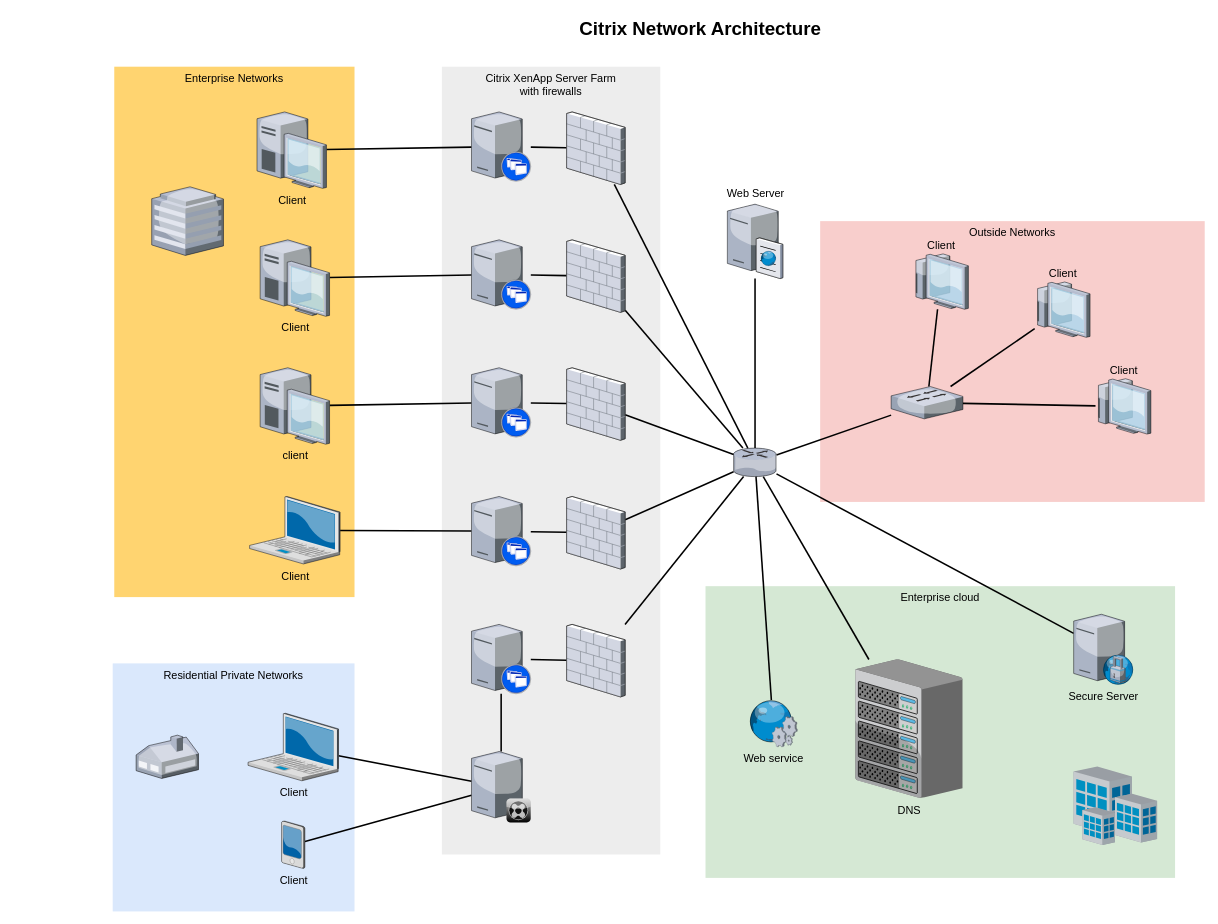
This is Untitled Diagram.drawio from beforty1/Networking-homelab, a draw.io file, before an edit. Source tidied: cells renumbered, new cells numbered last; positions are measured from the earlier drawing's top-left corner, leaving out a move shared by most shapes. Both pictures are drawn from the tidied source at 78%, with x=0, y=0 at pixel (112, 13).
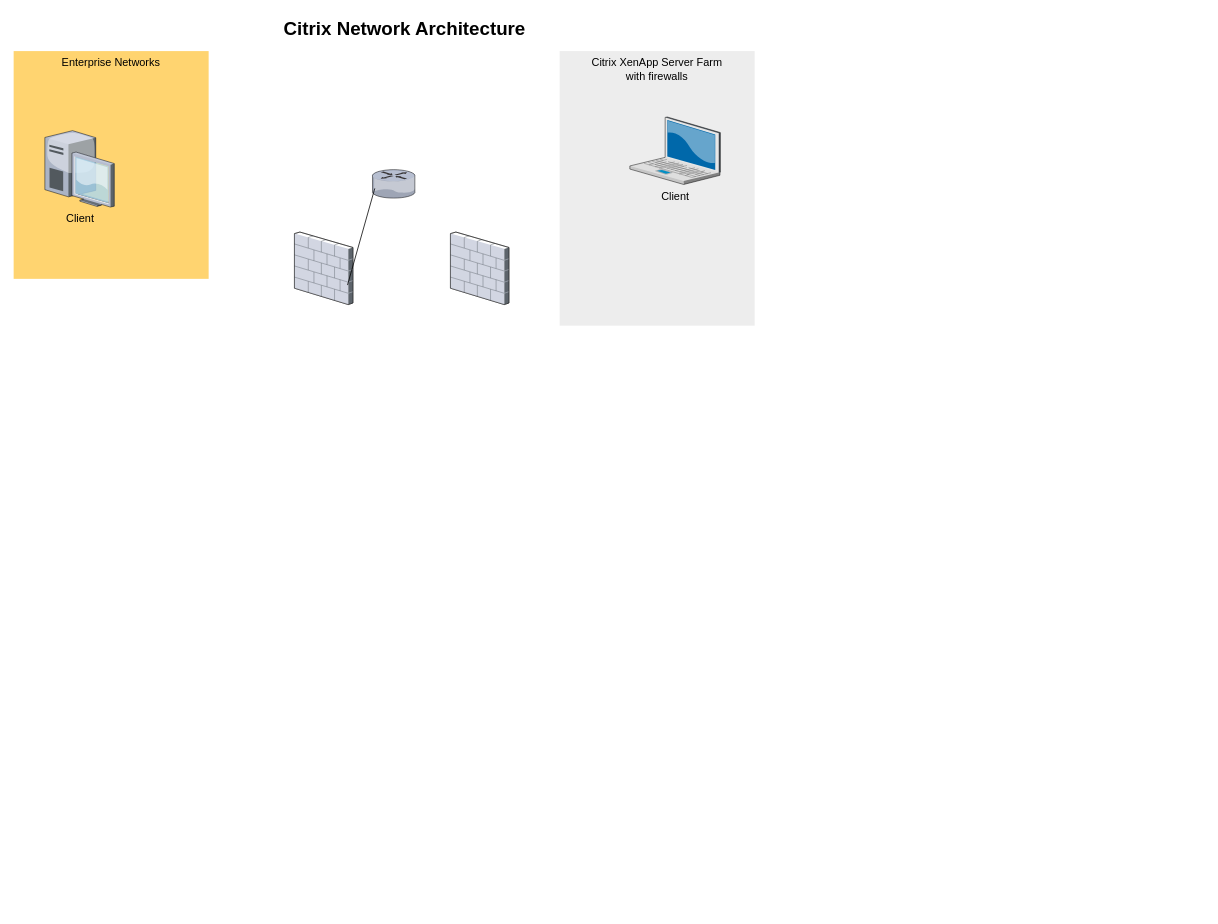
After the change.

The edit, as a diff of the source:
```diff
@@
-    <mxCell id="2" value="Outside Networks" style="whiteSpace=wrap;html=1;fillColor=#f8cecc;fontSize=14;strokeColor=none;verticalAlign=top;" parent="1" vertex="1">
-      <mxGeometry x="907" y="266" width="493" height="360" as="geometry" />
-    </mxCell>
-    <mxCell id="3" value="Enterprise cloud" style="whiteSpace=wrap;html=1;fillColor=#d5e8d4;fontSize=14;strokeColor=none;verticalAlign=top;" parent="1" vertex="1">
-      <mxGeometry x="760" y="734" width="602" height="374" as="geometry" />
-    </mxCell>
     <mxCell id="4" value="Citrix XenApp Server Farm&lt;div&gt;with firewalls&lt;/div&gt;" style="whiteSpace=wrap;html=1;fillColor=#EDEDED;fontSize=14;strokeColor=none;verticalAlign=top;" parent="1" vertex="1">
-      <mxGeometry x="422" y="68" width="280" height="1010" as="geometry" />
+      <mxGeometry x="573" y="48" width="250" height="352" as="geometry" />
     </mxCell>
-    <mxCell id="5" value="Residential Private Networks" style="whiteSpace=wrap;html=1;fillColor=#dae8fc;fontSize=14;strokeColor=none;verticalAlign=top;" parent="1" vertex="1">
-      <mxGeometry y="833" width="310" height="318" as="geometry" />
-    </mxCell>
     <mxCell id="6" value="Enterprise Networks" style="whiteSpace=wrap;html=1;fillColor=#FFD470;gradientColor=none;fontSize=14;strokeColor=none;verticalAlign=top;" parent="1" vertex="1">
-      <mxGeometry x="2" y="68" width="308" height="680" as="geometry" />
+      <mxGeometry x="-127" y="48" width="250" height="292" as="geometry" />
     </mxCell>
-    <mxCell id="7" style="edgeStyle=none;rounded=0;html=1;startSize=10;endSize=10;jettySize=auto;fontSize=14;endArrow=none;endFill=0;strokeWidth=2;" parent="1" edge="1" source="8" target="35">
-      <mxGeometry relative="1" as="geometry" />
-    </mxCell>
-    <mxCell id="8" value="Client" style="verticalLabelPosition=bottom;html=1;verticalAlign=top;strokeColor=none;shape=mxgraph.citrix.laptop_2;fillColor=#66B2FF;gradientColor=#0066CC;fontSize=14;" parent="1" vertex="1">
-      <mxGeometry x="173.5" y="897" width="116" height="86.5" as="geometry" />
-    </mxCell>
-    <mxCell id="9" style="edgeStyle=none;rounded=0;html=1;startSize=10;endSize=10;jettySize=auto;fontSize=14;endArrow=none;endFill=0;strokeWidth=2;" parent="1" edge="1" source="10" target="22">
-      <mxGeometry relative="1" as="geometry" />
-    </mxCell>
     <mxCell id="10" value="Client" style="verticalLabelPosition=bottom;html=1;verticalAlign=top;strokeColor=none;shape=mxgraph.citrix.laptop_2;fillColor=#66B2FF;gradientColor=#0066CC;fontSize=14;" parent="1" vertex="1">
-      <mxGeometry x="175.5" y="619" width="116" height="86.5" as="geometry" />
+      <mxGeometry x="663" y="132.5" width="116" height="86.5" as="geometry" />
     </mxCell>
-    <mxCell id="11" style="edgeStyle=none;rounded=0;html=1;startSize=10;endSize=10;jettySize=auto;fontSize=14;endArrow=none;endFill=0;strokeWidth=2;" parent="1" edge="1" source="12" target="24">
-      <mxGeometry relative="1" as="geometry" />
-    </mxCell>
-    <mxCell id="12" value="client" style="verticalLabelPosition=bottom;html=1;verticalAlign=top;strokeColor=none;shape=mxgraph.citrix.desktop;fillColor=#66B2FF;gradientColor=#0066CC;fontSize=14;" parent="1" vertex="1">
-      <mxGeometry x="189" y="454" width="89" height="98" as="geometry" />
-    </mxCell>
-    <mxCell id="13" style="edgeStyle=none;rounded=0;html=1;startSize=10;endSize=10;jettySize=auto;fontSize=14;endArrow=none;endFill=0;strokeWidth=2;" parent="1" edge="1" source="14" target="26">
-      <mxGeometry relative="1" as="geometry" />
-    </mxCell>
     <mxCell id="14" value="Client" style="verticalLabelPosition=bottom;html=1;verticalAlign=top;strokeColor=none;shape=mxgraph.citrix.desktop;fillColor=#66B2FF;gradientColor=#0066CC;fontSize=14;" parent="1" vertex="1">
-      <mxGeometry x="189" y="290" width="89" height="98" as="geometry" />
+      <mxGeometry x="-87" y="150" width="89" height="98" as="geometry" />
     </mxCell>
-    <mxCell id="15" style="edgeStyle=none;rounded=0;html=1;startSize=10;endSize=10;jettySize=auto;fontSize=14;endArrow=none;endFill=0;strokeWidth=2;" parent="1" edge="1" source="16" target="28">
-      <mxGeometry relative="1" as="geometry" />
-    </mxCell>
-    <mxCell id="16" value="Client" style="verticalLabelPosition=bottom;html=1;verticalAlign=top;strokeColor=none;shape=mxgraph.citrix.desktop;fillColor=#66B2FF;gradientColor=#0066CC;fontSize=14;" parent="1" vertex="1">
-      <mxGeometry x="185" y="126" width="89" height="98" as="geometry" />
-    </mxCell>
-    <mxCell id="17" style="edgeStyle=none;rounded=0;html=1;startSize=10;endSize=10;jettySize=auto;fontSize=14;endArrow=none;endFill=0;strokeWidth=2;" parent="1" edge="1" source="18" target="35">
-      <mxGeometry relative="1" as="geometry" />
-    </mxCell>
-    <mxCell id="18" value="Client" style="verticalLabelPosition=bottom;html=1;verticalAlign=top;strokeColor=none;shape=mxgraph.citrix.pda;fillColor=#66B2FF;gradientColor=#0066CC;fontSize=14;" parent="1" vertex="1">
-      <mxGeometry x="216.5" y="1035" width="30" height="61" as="geometry" />
-    </mxCell>
-    <mxCell id="19" style="edgeStyle=none;rounded=0;html=1;startSize=10;endSize=10;jettySize=auto;fontSize=14;endArrow=none;endFill=0;strokeWidth=2;" parent="1" edge="1" source="20" target="47">
-      <mxGeometry relative="1" as="geometry" />
-    </mxCell>
-    <mxCell id="20" style="verticalLabelPosition=bottom;html=1;verticalAlign=top;strokeColor=none;shape=mxgraph.citrix.xenapp_server;fillColor=#66B2FF;gradientColor=#0066CC;fontSize=14;" parent="1" vertex="1">
-      <mxGeometry x="460" y="783" width="76" height="89" as="geometry" />
-    </mxCell>
-    <mxCell id="21" style="edgeStyle=none;rounded=0;html=1;startSize=10;endSize=10;jettySize=auto;fontSize=14;endArrow=none;endFill=0;strokeWidth=2;" parent="1" edge="1" source="22" target="45">
-      <mxGeometry relative="1" as="geometry" />
-    </mxCell>
-    <mxCell id="22" style="verticalLabelPosition=bottom;html=1;verticalAlign=top;strokeColor=none;shape=mxgraph.citrix.xenapp_server;fillColor=#66B2FF;gradientColor=#0066CC;fontSize=14;" parent="1" vertex="1">
-      <mxGeometry x="460" y="619" width="76" height="89" as="geometry" />
-    </mxCell>
-    <mxCell id="23" style="edgeStyle=none;rounded=0;html=1;startSize=10;endSize=10;jettySize=auto;fontSize=14;endArrow=none;endFill=0;strokeWidth=2;" parent="1" edge="1" source="24" target="43">
-      <mxGeometry relative="1" as="geometry" />
-    </mxCell>
-    <mxCell id="24" style="verticalLabelPosition=bottom;html=1;verticalAlign=top;strokeColor=none;shape=mxgraph.citrix.xenapp_server;fillColor=#66B2FF;gradientColor=#0066CC;fontSize=14;" parent="1" vertex="1">
-      <mxGeometry x="460" y="454" width="76" height="89" as="geometry" />
-    </mxCell>
-    <mxCell id="25" style="edgeStyle=none;rounded=0;html=1;startSize=10;endSize=10;jettySize=auto;fontSize=14;endArrow=none;endFill=0;strokeWidth=2;" parent="1" edge="1" source="26" target="41">
-      <mxGeometry relative="1" as="geometry" />
-    </mxCell>
-    <mxCell id="26" style="verticalLabelPosition=bottom;html=1;verticalAlign=top;strokeColor=none;shape=mxgraph.citrix.xenapp_server;fillColor=#66B2FF;gradientColor=#0066CC;fontSize=14;" parent="1" vertex="1">
-      <mxGeometry x="460" y="290" width="76" height="89" as="geometry" />
-    </mxCell>
-    <mxCell id="27" style="edgeStyle=none;rounded=0;html=1;startSize=10;endSize=10;jettySize=auto;fontSize=14;endArrow=none;endFill=0;strokeWidth=2;" parent="1" edge="1" source="28" target="39">
-      <mxGeometry relative="1" as="geometry" />
-    </mxCell>
-    <mxCell id="28" style="verticalLabelPosition=bottom;html=1;verticalAlign=top;strokeColor=none;shape=mxgraph.citrix.xenapp_server;fillColor=#66B2FF;gradientColor=#0066CC;fontSize=14;" parent="1" vertex="1">
-      <mxGeometry x="460" y="126" width="76" height="89" as="geometry" />
-    </mxCell>
-    <mxCell id="29" style="edgeStyle=none;rounded=0;html=1;startSize=10;endSize=10;jettySize=auto;fontSize=14;endArrow=none;endFill=0;strokeWidth=2;" parent="1" edge="1" source="33" target="37">
-      <mxGeometry relative="1" as="geometry" />
-    </mxCell>
-    <mxCell id="30" style="edgeStyle=none;rounded=0;html=1;startSize=10;endSize=10;jettySize=auto;fontSize=14;endArrow=none;endFill=0;strokeWidth=2;" parent="1" edge="1" source="33" target="36">
-      <mxGeometry relative="1" as="geometry" />
-    </mxCell>
-    <mxCell id="31" style="edgeStyle=none;rounded=0;html=1;startSize=10;endSize=10;jettySize=auto;fontSize=14;endArrow=none;endFill=0;strokeWidth=2;" parent="1" edge="1" source="33" target="54">
-      <mxGeometry relative="1" as="geometry" />
-    </mxCell>
-    <mxCell id="32" style="edgeStyle=none;rounded=0;html=1;startSize=10;endSize=10;jettySize=auto;fontSize=14;endArrow=none;endFill=0;strokeWidth=2;" parent="1" edge="1" source="33" target="50">
-      <mxGeometry relative="1" as="geometry" />
-    </mxCell>
     <mxCell id="33" style="verticalLabelPosition=bottom;html=1;verticalAlign=top;strokeColor=none;shape=mxgraph.citrix.router;fillColor=#66B2FF;gradientColor=#0066CC;fontSize=14;" parent="1" vertex="1">
-      <mxGeometry x="796" y="557" width="55" height="36.5" as="geometry" />
+      <mxGeometry x="333" y="200" width="55" height="36.5" as="geometry" />
     </mxCell>
-    <mxCell id="34" style="edgeStyle=none;rounded=0;html=1;startSize=10;endSize=10;jettySize=auto;fontSize=14;endArrow=none;endFill=0;strokeWidth=2;" parent="1" edge="1" source="35" target="20">
-      <mxGeometry relative="1" as="geometry" />
-    </mxCell>
-    <mxCell id="35" style="verticalLabelPosition=bottom;html=1;verticalAlign=top;strokeColor=none;shape=mxgraph.citrix.xenclient_synchronizer;fillColor=#CCCCCC;gradientColor=#000000;gradientDirection=south;fontSize=14;" parent="1" vertex="1">
-      <mxGeometry x="460" y="946" width="76" height="91" as="geometry" />
-    </mxCell>
-    <mxCell id="36" value="Web Server" style="verticalLabelPosition=top;html=1;verticalAlign=bottom;strokeColor=none;shape=mxgraph.citrix.cache_server;fillColor=#66B2FF;gradientColor=#0066CC;fontSize=14;labelPosition=center;align=center;" parent="1" vertex="1">
-      <mxGeometry x="788" y="242" width="71" height="97.5" as="geometry" />
-    </mxCell>
-    <mxCell id="37" value="DNS" style="verticalLabelPosition=bottom;html=1;verticalAlign=top;strokeColor=none;shape=mxgraph.citrix.chassis;fillColor=#66B2FF;gradientColor=#0066CC;fontSize=14;" parent="1" vertex="1">
-      <mxGeometry x="952" y="828" width="137.5" height="177.5" as="geometry" />
-    </mxCell>
-    <mxCell id="38" style="edgeStyle=none;rounded=0;html=1;startSize=10;endSize=10;jettySize=auto;fontSize=14;endArrow=none;endFill=0;strokeWidth=2;" parent="1" edge="1" source="39" target="33">
-      <mxGeometry relative="1" as="geometry" />
-    </mxCell>
     <mxCell id="39" style="verticalLabelPosition=bottom;html=1;verticalAlign=top;strokeColor=none;shape=mxgraph.citrix.firewall;fillColor=#66B2FF;gradientColor=#0066CC;fontSize=14;" parent="1" vertex="1">
-      <mxGeometry x="582" y="126" width="75" height="93" as="geometry" />
+      <mxGeometry x="433" y="280" width="75" height="93" as="geometry" />
     </mxCell>
+    <mxCell id="41" style="verticalLabelPosition=bottom;html=1;verticalAlign=top;strokeColor=none;shape=mxgraph.citrix.firewall;fillColor=#66B2FF;gradientColor=#0066CC;fontSize=14;" parent="1" vertex="1">
+      <mxGeometry x="233" y="280" width="75" height="93" as="geometry" />
+    </mxCell>
+    <mxCell id="61" value="Citrix Network Architecture" style="text;strokeColor=none;fillColor=none;html=1;fontSize=24;fontStyle=1;verticalAlign=middle;align=center;" parent="1" vertex="1">
+      <mxGeometry x="-57" width="861" height="40" as="geometry" />
+    </mxCell>
-    <mxCell id="40" style="edgeStyle=none;rounded=0;html=1;startSize=10;endSize=10;jettySize=auto;fontSize=14;endArrow=none;endFill=0;strokeWidth=2;" parent="1" edge="1" source="41" target="33">
+    <mxCell id="40" style="endArrow=none;html=1;rounded=0;exitX=0.907;exitY=0.731;exitDx=0;exitDy=0;exitPerimeter=0;entryX=0.055;entryY=0.658;entryDx=0;entryDy=0;entryPerimeter=0;" parent="1" edge="1" source="41" target="33">
       <mxGeometry relative="1" as="geometry" />
     </mxCell>
-    <mxCell id="41" style="verticalLabelPosition=bottom;html=1;verticalAlign=top;strokeColor=none;shape=mxgraph.citrix.firewall;fillColor=#66B2FF;gradientColor=#0066CC;fontSize=14;" parent="1" vertex="1">
-      <mxGeometry x="582" y="290" width="75" height="93" as="geometry" />
-    </mxCell>
-    <mxCell id="42" style="edgeStyle=none;rounded=0;html=1;startSize=10;endSize=10;jettySize=auto;fontSize=14;endArrow=none;endFill=0;strokeWidth=2;" parent="1" edge="1" source="43" target="33">
-      <mxGeometry relative="1" as="geometry" />
-    </mxCell>
-    <mxCell id="43" style="verticalLabelPosition=bottom;html=1;verticalAlign=top;strokeColor=none;shape=mxgraph.citrix.firewall;fillColor=#66B2FF;gradientColor=#0066CC;fontSize=14;" parent="1" vertex="1">
-      <mxGeometry x="582" y="454" width="75" height="93" as="geometry" />
-    </mxCell>
-    <mxCell id="44" style="edgeStyle=none;rounded=0;html=1;startSize=10;endSize=10;jettySize=auto;fontSize=14;endArrow=none;endFill=0;strokeWidth=2;" parent="1" edge="1" source="45" target="33">
-      <mxGeometry relative="1" as="geometry" />
-    </mxCell>
-    <mxCell id="45" style="verticalLabelPosition=bottom;html=1;verticalAlign=top;strokeColor=none;shape=mxgraph.citrix.firewall;fillColor=#66B2FF;gradientColor=#0066CC;fontSize=14;" parent="1" vertex="1">
-      <mxGeometry x="582" y="619" width="75" height="93" as="geometry" />
-    </mxCell>
-    <mxCell id="46" style="edgeStyle=none;rounded=0;html=1;startSize=10;endSize=10;jettySize=auto;fontSize=14;endArrow=none;endFill=0;strokeWidth=2;" parent="1" edge="1" source="47" target="33">
-      <mxGeometry relative="1" as="geometry" />
-    </mxCell>
-    <mxCell id="47" style="verticalLabelPosition=bottom;html=1;verticalAlign=top;strokeColor=none;shape=mxgraph.citrix.firewall;fillColor=#66B2FF;gradientColor=#0066CC;fontSize=14;" parent="1" vertex="1">
-      <mxGeometry x="582" y="783" width="75" height="93" as="geometry" />
-    </mxCell>
-    <mxCell id="48" style="verticalLabelPosition=bottom;html=1;verticalAlign=top;strokeColor=none;shape=mxgraph.citrix.home_office;fillColor=#66B2FF;gradientColor=#0066CC;fontSize=14;" parent="1" vertex="1">
-      <mxGeometry x="30" y="925" width="80" height="55.5" as="geometry" />
-    </mxCell>
-    <mxCell id="49" style="verticalLabelPosition=bottom;html=1;verticalAlign=top;strokeColor=none;shape=mxgraph.citrix.hq_enterprise;fillColor=#66B2FF;gradientColor=#0066CC;fontSize=14;" parent="1" vertex="1">
-      <mxGeometry x="50" y="222" width="92" height="88" as="geometry" />
-    </mxCell>
-    <mxCell id="50" value="Secure Server" style="verticalLabelPosition=bottom;html=1;verticalAlign=top;strokeColor=none;shape=mxgraph.citrix.proxy_server;fillColor=#66B2FF;gradientColor=#0066CC;fontSize=14;" parent="1" vertex="1">
-      <mxGeometry x="1232" y="770" width="76.5" height="90" as="geometry" />
-    </mxCell>
-    <mxCell id="51" style="edgeStyle=none;rounded=0;html=1;startSize=10;endSize=10;jettySize=auto;fontSize=14;endArrow=none;endFill=0;strokeWidth=2;" parent="1" edge="1" source="54" target="57">
-      <mxGeometry relative="1" as="geometry" />
-    </mxCell>
-    <mxCell id="52" style="edgeStyle=none;rounded=0;html=1;startSize=10;endSize=10;jettySize=auto;fontSize=14;endArrow=none;endFill=0;strokeWidth=2;" parent="1" edge="1" source="54" target="56">
-      <mxGeometry relative="1" as="geometry" />
-    </mxCell>
-    <mxCell id="53" style="edgeStyle=none;rounded=0;html=1;startSize=10;endSize=10;jettySize=auto;fontSize=14;endArrow=none;endFill=0;strokeWidth=2;" parent="1" edge="1" source="54" target="55">
-      <mxGeometry relative="1" as="geometry" />
-    </mxCell>
-    <mxCell id="54" style="verticalLabelPosition=bottom;html=1;verticalAlign=top;strokeColor=none;shape=mxgraph.citrix.switch;fillColor=#66B2FF;gradientColor=#0066CC;fontSize=14;" parent="1" vertex="1">
-      <mxGeometry x="998" y="478" width="92" height="41.5" as="geometry" />
-    </mxCell>
-    <mxCell id="55" value="Client" style="verticalLabelPosition=top;html=1;verticalAlign=bottom;strokeColor=none;shape=mxgraph.citrix.thin_client;fillColor=#66B2FF;gradientColor=#0066CC;fontSize=14;labelPosition=center;align=center;" parent="1" vertex="1">
-      <mxGeometry x="1260" y="468" width="71" height="71" as="geometry" />
-    </mxCell>
-    <mxCell id="56" value="Client" style="verticalLabelPosition=top;html=1;verticalAlign=bottom;strokeColor=none;shape=mxgraph.citrix.thin_client;fillColor=#66B2FF;gradientColor=#0066CC;fontSize=14;labelPosition=center;align=center;" parent="1" vertex="1">
-      <mxGeometry x="1182" y="344" width="71" height="71" as="geometry" />
-    </mxCell>
-    <mxCell id="57" value="Client" style="verticalLabelPosition=top;html=1;verticalAlign=bottom;strokeColor=none;shape=mxgraph.citrix.thin_client;fillColor=#66B2FF;gradientColor=#0066CC;fontSize=14;labelPosition=center;align=center;" parent="1" vertex="1">
-      <mxGeometry x="1026" y="308" width="71" height="71" as="geometry" />
-    </mxCell>
-    <mxCell id="58" style="edgeStyle=none;rounded=0;html=1;startSize=10;endSize=10;jettySize=auto;fontSize=14;endArrow=none;endFill=0;strokeWidth=2;" parent="1" edge="1" source="59" target="33">
-      <mxGeometry relative="1" as="geometry" />
-    </mxCell>
-    <mxCell id="59" value="Web service" style="verticalLabelPosition=bottom;html=1;verticalAlign=top;strokeColor=none;shape=mxgraph.citrix.web_service;fillColor=#66B2FF;gradientColor=#0066CC;fontSize=14;" parent="1" vertex="1">
-      <mxGeometry x="815" y="880" width="63" height="60" as="geometry" />
-    </mxCell>
-    <mxCell id="60" style="verticalLabelPosition=bottom;html=1;verticalAlign=top;strokeColor=none;shape=mxgraph.citrix.site;fillColor=#66B2FF;gradientColor=#0066CC;fontSize=14;" parent="1" vertex="1">
-      <mxGeometry x="1232" y="965" width="107" height="101" as="geometry" />
-    </mxCell>
-    <mxCell id="61" value="Citrix Network Architecture" style="text;strokeColor=none;fillColor=none;html=1;fontSize=24;fontStyle=1;verticalAlign=middle;align=center;" parent="1" vertex="1">
-      <mxGeometry x="322" width="861" height="40" as="geometry" />
-    </mxCell>
```
